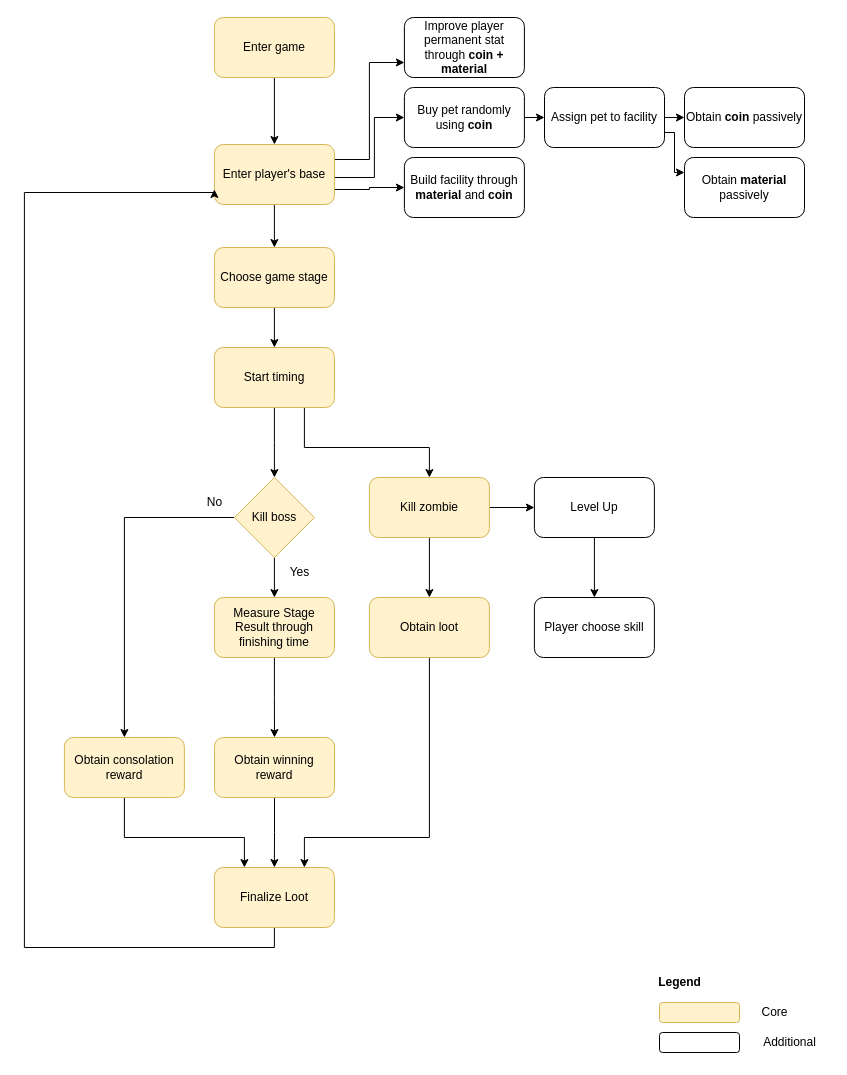
This is page "General Gameplay Flow" (1 of 2) of Project Information/Diagrams.drawio from FF-OGC/zombie-simulation, a draw.io file, before an edit. Source tidied: cells renumbered, new cells numbered last; positions are measured from the earlier drawing's top-left corner, leaving out a move shared by most shapes. Both pictures are drawn from the tidied source at 100%, with x=0, y=0 at pixel (24, 17).
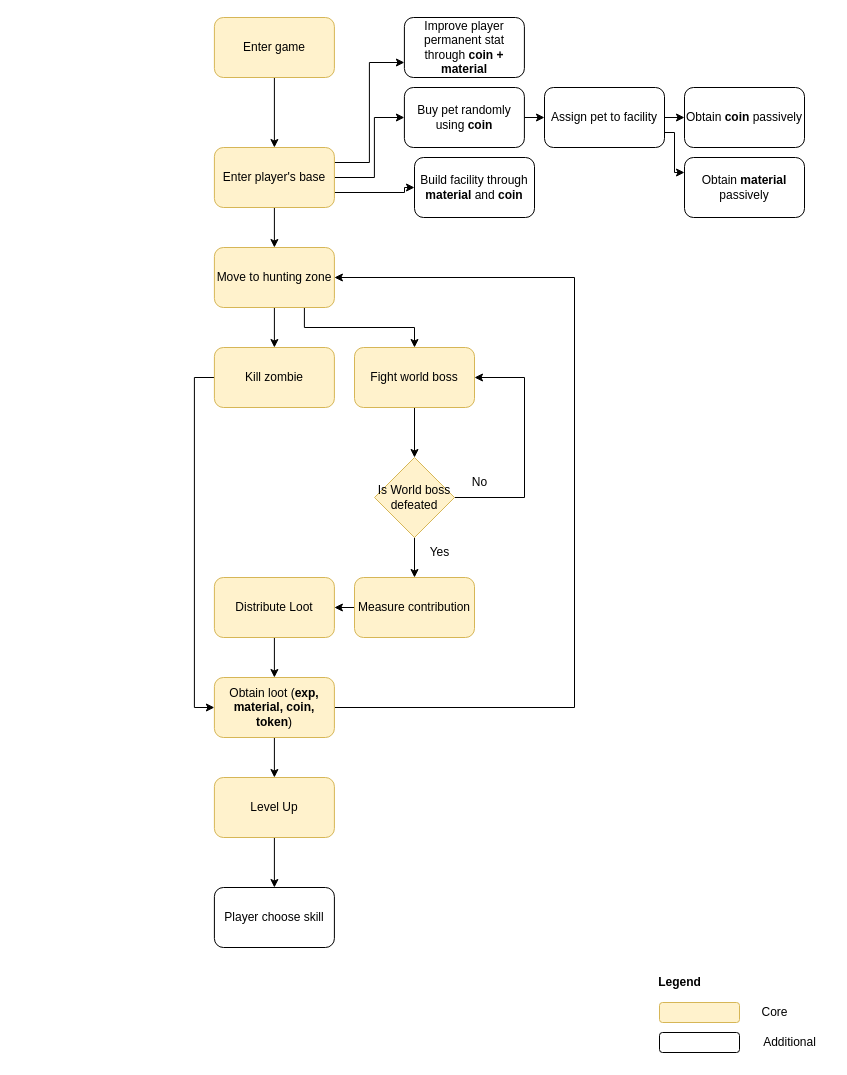
The same page after the edit.

The edit, as a diff of the source:
```diff
@@
     <mxCell id="7" style="edgeStyle=orthogonalEdgeStyle;rounded=0;jettySize=auto;html=1;exitX=1;exitY=0.75;exitDx=0;exitDy=0;entryX=0;entryY=0.5;entryDx=0;entryDy=0;" parent="1" edge="1" source="8" target="39">
-      <mxGeometry relative="1" as="geometry" />
+      <mxGeometry relative="1" as="geometry">
+        <Array as="points">
+          <mxPoint x="380" y="175" />
+        </Array>
+      </mxGeometry>
     </mxCell>
     <mxCell id="8" value="Enter player's base" style="rounded=1;whiteSpace=wrap;html=1;fillColor=#fff2cc;strokeColor=#d6b656;" parent="1" vertex="1">
-      <mxGeometry x="189.9" y="127" width="120" height="60" as="geometry" />
+      <mxGeometry x="189.9" y="130" width="120" height="60" as="geometry" />
     </mxCell>
-    <mxCell id="9" style="edgeStyle=orthogonalEdgeStyle;rounded=0;jettySize=auto;html=1;entryX=0.5;entryY=0;entryDx=0;entryDy=0;exitX=0.5;exitY=1;exitDx=0;exitDy=0;" parent="1" edge="1" source="33">
-      <mxGeometry relative="1" as="geometry">
-        <mxPoint x="249.9" y="460" as="targetPoint" />
-      </mxGeometry>
-    </mxCell>
-    <mxCell id="10" style="edgeStyle=orthogonalEdgeStyle;rounded=0;jettySize=auto;html=1;exitX=0.75;exitY=1;exitDx=0;exitDy=0;" parent="1" edge="1" source="33" target="24">
-      <mxGeometry relative="1" as="geometry">
-        <Array as="points">
-          <mxPoint x="279.9" y="430" />
-          <mxPoint x="404.9" y="430" />
-        </Array>
-      </mxGeometry>
-    </mxCell>
-    <mxCell id="11" style="edgeStyle=orthogonalEdgeStyle;rounded=0;jettySize=auto;html=1;exitX=0.5;exitY=1;exitDx=0;exitDy=0;entryX=0.5;entryY=0;entryDx=0;entryDy=0;" parent="1" edge="1" source="12" target="33">
+    <mxCell id="11" style="edgeStyle=orthogonalEdgeStyle;rounded=0;jettySize=auto;html=1;exitX=0.5;exitY=1;exitDx=0;exitDy=0;entryX=0.5;entryY=0;entryDx=0;entryDy=0;" parent="1" edge="1" source="12" target="24">
       <mxGeometry relative="1" as="geometry" />
     </mxCell>
+    <mxCell id="49" style="edgeStyle=orthogonalEdgeStyle;rounded=0;jettySize=auto;html=1;exitX=0.75;exitY=1;exitDx=0;exitDy=0;entryX=0.5;entryY=0;entryDx=0;entryDy=0;" parent="1" edge="1" source="12" target="54">
+      <mxGeometry relative="1" as="geometry" />
+    </mxCell>
-    <mxCell id="12" value="Choose game stage" style="rounded=1;whiteSpace=wrap;html=1;fillColor=#fff2cc;strokeColor=#d6b656;" parent="1" vertex="1">
+    <mxCell id="12" value="Move to hunting zone" style="rounded=1;whiteSpace=wrap;html=1;fillColor=#fff2cc;strokeColor=#d6b656;" parent="1" vertex="1">
       <mxGeometry x="189.9" y="230" width="120" height="60" as="geometry" />
     </mxCell>
-    <mxCell id="13" style="edgeStyle=orthogonalEdgeStyle;rounded=0;jettySize=auto;html=1;exitX=0.5;exitY=1;exitDx=0;exitDy=0;entryX=0.5;entryY=0;entryDx=0;entryDy=0;" parent="1" edge="1" source="41" target="20">
-      <mxGeometry relative="1" as="geometry" />
-    </mxCell>
-    <mxCell id="14" style="edgeStyle=orthogonalEdgeStyle;rounded=0;jettySize=auto;html=1;exitX=0.5;exitY=1;exitDx=0;exitDy=0;entryX=0.5;entryY=0;entryDx=0;entryDy=0;" parent="1" edge="1" source="15" target="28">
-      <mxGeometry relative="1" as="geometry" />
-    </mxCell>
-    <mxCell id="15" value="Obtain winning reward" style="rounded=1;whiteSpace=wrap;html=1;fillColor=#fff2cc;strokeColor=#d6b656;" parent="1" vertex="1">
-      <mxGeometry x="190" y="720" width="120" height="60" as="geometry" />
-    </mxCell>
-    <mxCell id="16" style="edgeStyle=orthogonalEdgeStyle;rounded=0;jettySize=auto;html=1;exitX=0.5;exitY=1;exitDx=0;exitDy=0;entryX=0.25;entryY=0;entryDx=0;entryDy=0;" parent="1" edge="1" source="17" target="28">
-      <mxGeometry relative="1" as="geometry">
-        <Array as="points">
-          <mxPoint x="100" y="820" />
-          <mxPoint x="220" y="820" />
-        </Array>
-      </mxGeometry>
-    </mxCell>
-    <mxCell id="17" value="Obtain consolation reward" style="rounded=1;whiteSpace=wrap;html=1;fillColor=#fff2cc;strokeColor=#d6b656;" parent="1" vertex="1">
-      <mxGeometry x="39.9" y="720" width="120" height="60" as="geometry" />
-    </mxCell>
-    <mxCell id="18" value="No" style="text;html=1;align=center;verticalAlign=middle;strokeColor=none;fillColor=none;" parent="1" vertex="1">
-      <mxGeometry x="169.9" y="470" width="40" height="30" as="geometry" />
-    </mxCell>
-    <mxCell id="19" style="edgeStyle=orthogonalEdgeStyle;rounded=0;jettySize=auto;html=1;exitX=0.5;exitY=1;exitDx=0;exitDy=0;entryX=0.5;entryY=0;entryDx=0;entryDy=0;" parent="1" edge="1" source="20" target="15">
-      <mxGeometry relative="1" as="geometry" />
-    </mxCell>
-    <mxCell id="20" value="Measure Stage Result through finishing time" style="rounded=1;whiteSpace=wrap;html=1;fillColor=#fff2cc;strokeColor=#d6b656;" parent="1" vertex="1">
-      <mxGeometry x="189.9" y="580" width="120" height="60" as="geometry" />
-    </mxCell>
@@
-    <mxCell id="22" style="edgeStyle=orthogonalEdgeStyle;rounded=0;jettySize=auto;html=1;exitX=0.5;exitY=1;exitDx=0;exitDy=0;entryX=0.5;entryY=0;entryDx=0;entryDy=0;" parent="1" edge="1" source="24" target="26">
+    <mxCell id="22" style="edgeStyle=orthogonalEdgeStyle;rounded=0;jettySize=auto;html=1;exitX=0;exitY=0.5;exitDx=0;exitDy=0;entryX=0;entryY=0.5;entryDx=0;entryDy=0;" parent="1" edge="1" source="24" target="26">
       <mxGeometry relative="1" as="geometry" />
     </mxCell>
-    <mxCell id="23" style="edgeStyle=orthogonalEdgeStyle;rounded=0;jettySize=auto;html=1;exitX=1;exitY=0.5;exitDx=0;exitDy=0;entryX=0;entryY=0.5;entryDx=0;entryDy=0;" parent="1" edge="1" source="24" target="30">
-      <mxGeometry relative="1" as="geometry" />
-    </mxCell>
     <mxCell id="24" value="Kill zombie" style="rounded=1;whiteSpace=wrap;html=1;fillColor=#fff2cc;strokeColor=#d6b656;" parent="1" vertex="1">
-      <mxGeometry x="344.9" y="460" width="120" height="60" as="geometry" />
+      <mxGeometry x="189.9" y="330" width="120" height="60" as="geometry" />
     </mxCell>
-    <mxCell id="25" style="edgeStyle=orthogonalEdgeStyle;rounded=0;jettySize=auto;html=1;exitX=0.5;exitY=1;exitDx=0;exitDy=0;entryX=0.75;entryY=0;entryDx=0;entryDy=0;" parent="1" edge="1" source="26" target="28">
-      <mxGeometry relative="1" as="geometry">
-        <Array as="points">
-          <mxPoint x="405" y="820" />
-          <mxPoint x="280" y="820" />
-        </Array>
-      </mxGeometry>
-    </mxCell>
+    <mxCell id="50" style="edgeStyle=orthogonalEdgeStyle;rounded=0;jettySize=auto;html=1;exitX=0.5;exitY=1;exitDx=0;exitDy=0;entryX=0.5;entryY=0;entryDx=0;entryDy=0;" parent="1" edge="1" source="26" target="30">
+      <mxGeometry relative="1" as="geometry" />
+    </mxCell>
+    <mxCell id="51" style="edgeStyle=orthogonalEdgeStyle;rounded=0;jettySize=auto;html=1;exitX=1;exitY=0.5;exitDx=0;exitDy=0;entryX=1;entryY=0.5;entryDx=0;entryDy=0;" parent="1" edge="1" source="26" target="12">
+      <mxGeometry relative="1" as="geometry">
+        <Array as="points">
+          <mxPoint x="550" y="690" />
+          <mxPoint x="550" y="260" />
+        </Array>
+      </mxGeometry>
+    </mxCell>
-    <mxCell id="26" value="Obtain loot" style="rounded=1;whiteSpace=wrap;html=1;fillColor=#fff2cc;strokeColor=#d6b656;" parent="1" vertex="1">
-      <mxGeometry x="344.9" y="580" width="120" height="60" as="geometry" />
+    <mxCell id="26" value="Obtain loot (&lt;b&gt;exp, material, coin, token&lt;/b&gt;)" style="rounded=1;whiteSpace=wrap;html=1;fillColor=#fff2cc;strokeColor=#d6b656;" parent="1" vertex="1">
+      <mxGeometry x="189.9" y="660" width="120" height="60" as="geometry" />
     </mxCell>
-    <mxCell id="27" style="edgeStyle=orthogonalEdgeStyle;rounded=0;jettySize=auto;html=1;exitX=0.5;exitY=1;exitDx=0;exitDy=0;entryX=0;entryY=0.75;entryDx=0;entryDy=0;" parent="1" edge="1" source="28" target="8">
-      <mxGeometry relative="1" as="geometry">
-        <Array as="points">
-          <mxPoint x="249.9" y="930" />
-          <mxPoint x="-0.1" y="930" />
-          <mxPoint x="-0.1" y="175" />
-        </Array>
-      </mxGeometry>
-    </mxCell>
+    <mxCell id="52" style="edgeStyle=orthogonalEdgeStyle;rounded=0;jettySize=auto;html=1;exitX=0.5;exitY=1;exitDx=0;exitDy=0;entryX=0.5;entryY=0;entryDx=0;entryDy=0;" parent="1" edge="1" source="28" target="26">
+      <mxGeometry relative="1" as="geometry" />
+    </mxCell>
-    <mxCell id="28" value="Finalize Loot" style="rounded=1;whiteSpace=wrap;html=1;fillColor=#fff2cc;strokeColor=#d6b656;" parent="1" vertex="1">
-      <mxGeometry x="189.9" y="850" width="120" height="60" as="geometry" />
+    <mxCell id="28" value="Distribute Loot" style="rounded=1;whiteSpace=wrap;html=1;fillColor=#fff2cc;strokeColor=#d6b656;" parent="1" vertex="1">
+      <mxGeometry x="189.9" y="560" width="120" height="60" as="geometry" />
     </mxCell>
@@
-    <mxCell id="30" value="Level Up" style="rounded=1;whiteSpace=wrap;html=1;" parent="1" vertex="1">
-      <mxGeometry x="509.9" y="460" width="120" height="60" as="geometry" />
+    <mxCell id="30" value="Level Up" style="rounded=1;whiteSpace=wrap;html=1;fillColor=#fff2cc;strokeColor=#d6b656;" parent="1" vertex="1">
+      <mxGeometry x="189.9" y="760" width="120" height="60" as="geometry" />
     </mxCell>
     <mxCell id="31" value="Player choose skill" style="rounded=1;whiteSpace=wrap;html=1;" parent="1" vertex="1">
-      <mxGeometry x="509.9" y="580" width="120" height="60" as="geometry" />
+      <mxGeometry x="189.9" y="870" width="120" height="60" as="geometry" />
     </mxCell>
@@
-    <mxCell id="33" value="Start timing" style="rounded=1;whiteSpace=wrap;html=1;fillColor=#fff2cc;strokeColor=#d6b656;" parent="1" vertex="1">
-      <mxGeometry x="189.9" y="330" width="120" height="60" as="geometry" />
-    </mxCell>
@@
     <mxCell id="39" value="Build facility through &lt;b&gt;material &lt;/b&gt;and&lt;b&gt;&amp;nbsp;coin&lt;/b&gt;" style="rounded=1;whiteSpace=wrap;html=1;" parent="1" vertex="1">
-      <mxGeometry x="379.9" y="140" width="120" height="60" as="geometry" />
+      <mxGeometry x="390" y="140" width="120" height="60" as="geometry" />
     </mxCell>
-    <mxCell id="40" style="edgeStyle=orthogonalEdgeStyle;rounded=0;jettySize=auto;html=1;exitX=0;exitY=0.5;exitDx=0;exitDy=0;entryX=0.5;entryY=0;entryDx=0;entryDy=0;" parent="1" edge="1" source="41" target="17">
-      <mxGeometry relative="1" as="geometry" />
-    </mxCell>
-    <mxCell id="41" value="Kill boss" style="rhombus;whiteSpace=wrap;html=1;fillColor=#fff2cc;strokeColor=#d6b656;" parent="1" vertex="1">
-      <mxGeometry x="209.9" y="460" width="80" height="80" as="geometry" />
-    </mxCell>
-    <mxCell id="42" value="Yes" style="text;html=1;align=center;verticalAlign=middle;strokeColor=none;fillColor=none;" parent="1" vertex="1">
-      <mxGeometry x="255" y="540" width="40" height="30" as="geometry" />
-    </mxCell>
@@
+    <mxCell id="53" style="edgeStyle=orthogonalEdgeStyle;rounded=0;jettySize=auto;html=1;exitX=0.5;exitY=1;exitDx=0;exitDy=0;entryX=0.5;entryY=0;entryDx=0;entryDy=0;" parent="1" edge="1" source="54" target="59">
+      <mxGeometry relative="1" as="geometry" />
+    </mxCell>
+    <mxCell id="54" value="Fight world boss" style="rounded=1;whiteSpace=wrap;html=1;fillColor=#fff2cc;strokeColor=#d6b656;" parent="1" vertex="1">
+      <mxGeometry x="330" y="330" width="120" height="60" as="geometry" />
+    </mxCell>
+    <mxCell id="55" style="edgeStyle=orthogonalEdgeStyle;rounded=0;jettySize=auto;html=1;exitX=0;exitY=0.5;exitDx=0;exitDy=0;entryX=1;entryY=0.5;entryDx=0;entryDy=0;" parent="1" edge="1" source="56" target="28">
+      <mxGeometry relative="1" as="geometry" />
+    </mxCell>
+    <mxCell id="56" value="Measure contribution" style="rounded=1;whiteSpace=wrap;html=1;fillColor=#fff2cc;strokeColor=#d6b656;" parent="1" vertex="1">
+      <mxGeometry x="330" y="560" width="120" height="60" as="geometry" />
+    </mxCell>
+    <mxCell id="57" style="edgeStyle=orthogonalEdgeStyle;rounded=0;jettySize=auto;html=1;exitX=0.5;exitY=1;exitDx=0;exitDy=0;entryX=0.5;entryY=0;entryDx=0;entryDy=0;" parent="1" edge="1" source="59" target="56">
+      <mxGeometry relative="1" as="geometry" />
+    </mxCell>
+    <mxCell id="58" style="edgeStyle=orthogonalEdgeStyle;rounded=0;jettySize=auto;html=1;exitX=1;exitY=0.5;exitDx=0;exitDy=0;entryX=1;entryY=0.5;entryDx=0;entryDy=0;" parent="1" edge="1" source="59" target="54">
+      <mxGeometry relative="1" as="geometry">
+        <Array as="points">
+          <mxPoint x="500" y="480" />
+          <mxPoint x="500" y="360" />
+        </Array>
+      </mxGeometry>
+    </mxCell>
+    <mxCell id="59" value="Is World boss defeated" style="rhombus;whiteSpace=wrap;html=1;fillColor=#fff2cc;strokeColor=#d6b656;" parent="1" vertex="1">
+      <mxGeometry x="350" y="440" width="80" height="80" as="geometry" />
+    </mxCell>
+    <mxCell id="42" value="Yes" style="text;html=1;align=center;verticalAlign=middle;strokeColor=none;fillColor=none;" parent="1" vertex="1">
+      <mxGeometry x="395" y="520" width="40" height="30" as="geometry" />
+    </mxCell>
+    <mxCell id="18" value="No" style="text;html=1;align=center;verticalAlign=middle;strokeColor=none;fillColor=none;" parent="1" vertex="1">
+      <mxGeometry x="435" y="450" width="40" height="30" as="geometry" />
+    </mxCell>
```
